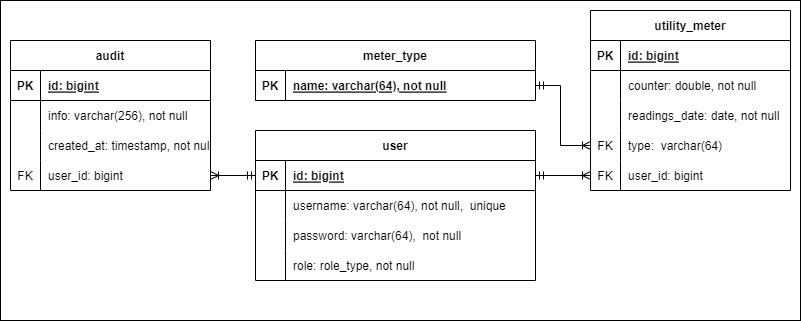
The draw.io diagram src/main/resources/MonitoringERD.png in E6L1PS/monitoring-api, before a commit. Source tidied: cells renumbered, new cells last; positions are measured from the earlier drawing's top-left corner, leaving out a move shared by most shapes.
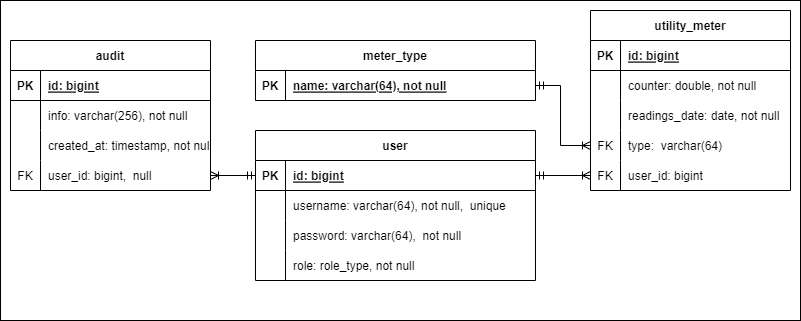
After the change.

The edit, as a diff of the source:
```diff
@@ -41,7 +41,7 @@
     <mxCell id="14" value="FK" style="shape=partialRectangle;fillColor=none;top=0;left=0;bottom=0;right=0;overflow=hidden;" parent="13" vertex="1">
       <mxGeometry width="30" height="30" as="geometry" />
     </mxCell>
-    <mxCell id="15" value="user_id: bigint" style="shape=partialRectangle;fillColor=none;top=0;left=0;bottom=0;right=0;align=left;spacingLeft=6;overflow=hidden;" parent="13" vertex="1">
+    <mxCell id="15" value="user_id: bigint,  null" style="shape=partialRectangle;fillColor=none;top=0;left=0;bottom=0;right=0;align=left;spacingLeft=6;overflow=hidden;" parent="13" vertex="1">
       <mxGeometry x="30" width="170" height="30" as="geometry" />
     </mxCell>
     <mxCell id="16" value="user" style="shape=table;startSize=30;rowLines=0;fontStyle=1;align=center;" parent="1" vertex="1">
```
